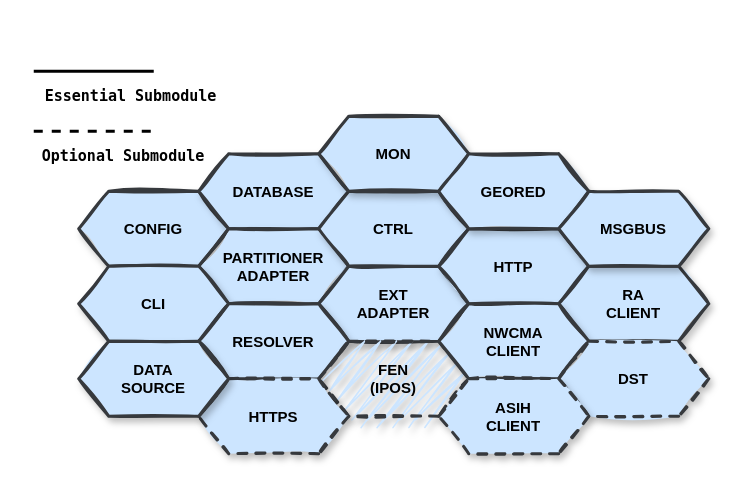
This is page "第 2 页" (2 of 5) of http_server.drawio from SunLucc/Test, a draw.io file, before an edit. Source tidied: cells renumbered, new cells numbered last; positions are measured from the earlier drawing's top-left corner, leaving out a move shared by most shapes. Both pictures are drawn from the tidied source at 150%, with x=0, y=0 at pixel (33, 70).
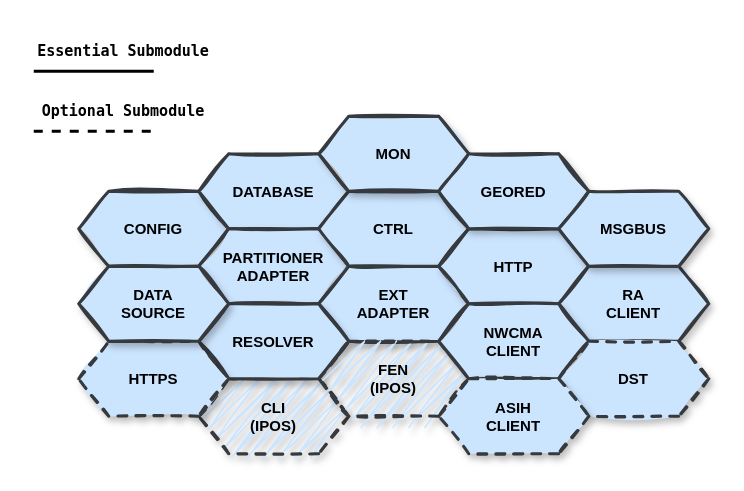
The same page after the edit.

Diff of the diagram source:
```diff
@@
-    <mxCell id="7" value="&lt;b style=&quot;font-size: 10px;&quot;&gt;CLI&lt;/b&gt;" style="shape=hexagon;perimeter=hexagonPerimeter2;whiteSpace=wrap;html=1;fixedSize=1;fillStyle=solid;fillColor=#cce5ff;strokeColor=#36393d;fontSize=10;rounded=0;shadow=1;sketch=1;strokeWidth=2;" parent="1" vertex="1">
-      <mxGeometry x="30" y="130" width="100" height="50" as="geometry" />
+    <mxCell id="7" value="&lt;b style=&quot;font-size: 10px;&quot;&gt;CLI&lt;br&gt;(IPOS)&lt;br&gt;&lt;/b&gt;" style="shape=hexagon;perimeter=hexagonPerimeter2;whiteSpace=wrap;html=1;fixedSize=1;fillStyle=zigzag;fillColor=#cce5ff;strokeColor=#36393d;fontSize=10;rounded=0;shadow=1;sketch=1;strokeWidth=2;dashed=1;" parent="1" vertex="1">
+      <mxGeometry x="110" y="205" width="100" height="50" as="geometry" />
     </mxCell>
@@
     <mxCell id="13" value="&lt;b style=&quot;font-size: 10px;&quot;&gt;HTTPS&lt;/b&gt;" style="shape=hexagon;perimeter=hexagonPerimeter2;whiteSpace=wrap;html=1;fixedSize=1;fillStyle=solid;fillColor=#cce5ff;strokeColor=#36393d;fontSize=10;rounded=0;shadow=1;sketch=1;dashed=1;strokeWidth=2;" parent="1" vertex="1">
-      <mxGeometry x="110" y="205" width="100" height="50" as="geometry" />
+      <mxGeometry x="30" y="180" width="100" height="50" as="geometry" />
     </mxCell>
@@
     <mxCell id="17" value="&lt;b style=&quot;font-size: 10px;&quot;&gt;DATA&lt;br&gt;SOURCE&lt;br&gt;&lt;/b&gt;" style="shape=hexagon;perimeter=hexagonPerimeter2;whiteSpace=wrap;html=1;fixedSize=1;fillStyle=solid;fillColor=#cce5ff;strokeColor=#36393d;fontSize=10;rounded=0;shadow=1;sketch=1;strokeWidth=2;" parent="1" vertex="1">
-      <mxGeometry x="30" y="180" width="100" height="50" as="geometry" />
+      <mxGeometry x="30" y="130" width="100" height="50" as="geometry" />
     </mxCell>
@@
     <mxCell id="22" value="&lt;font color=&quot;#000000&quot; size=&quot;1&quot; face=&quot;Lucida Console&quot; style=&quot;&quot;&gt;&lt;b style=&quot;&quot;&gt;Optional Submodule&lt;/b&gt;&lt;/font&gt;" style="text;html=1;strokeColor=none;fillColor=none;align=center;verticalAlign=middle;whiteSpace=wrap;rounded=0;shadow=0;dashed=0;labelBackgroundColor=none;sketch=0;fillStyle=cross-hatch;fontFamily=Helvetica;fontSize=14;fontColor=#3333FF;" parent="1" vertex="1">
-      <mxGeometry y="40" width="120" height="30" as="geometry" />
+      <mxGeometry y="10" width="120" height="30" as="geometry" />
     </mxCell>
     <mxCell id="23" value="&lt;font color=&quot;#000000&quot; size=&quot;1&quot; face=&quot;Lucida Console&quot; style=&quot;&quot;&gt;&lt;b style=&quot;&quot;&gt;Essential Submodule&lt;/b&gt;&lt;/font&gt;" style="text;html=1;strokeColor=none;fillColor=none;align=center;verticalAlign=middle;whiteSpace=wrap;rounded=0;shadow=0;dashed=0;labelBackgroundColor=none;sketch=0;fillStyle=cross-hatch;fontFamily=Helvetica;fontSize=14;fontColor=#3333FF;" parent="1" vertex="1">
-      <mxGeometry width="130" height="30" as="geometry" />
+      <mxGeometry x="-5" y="-30" width="130" height="30" as="geometry" />
     </mxCell>
```
